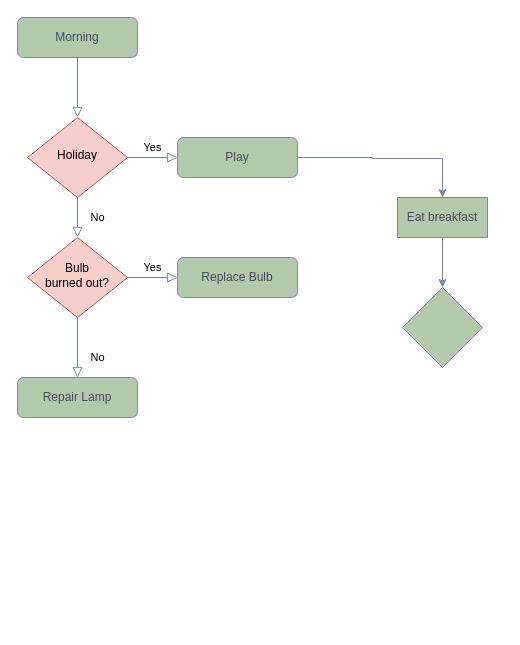
Above: Untitled Diagram.drawio in Aadhancodingal/Aadhancodingal (draw.io), before the change. Source tidied: cells renumbered, new cells numbered last; positions are measured from the earlier drawing's top-left corner, leaving out a move shared by most shapes. Both pictures are drawn from the tidied source at 100%, with x=0, y=0 at pixel (17, 17).
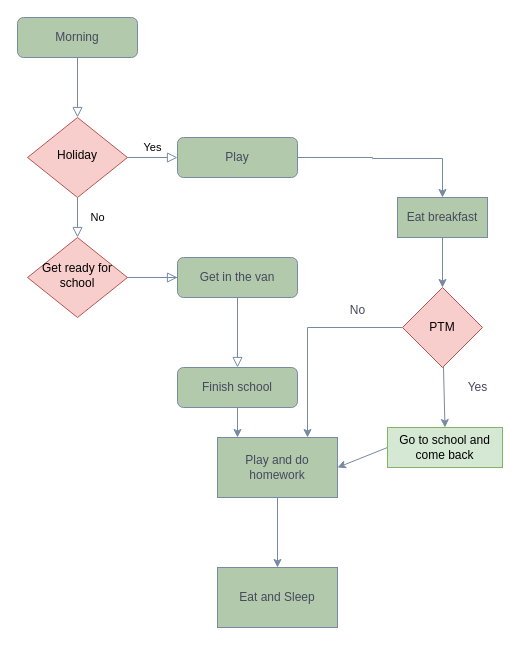
The same page after the edit.

What changed in the source:
```diff
@@
-    <mxCell id="9" value="No" style="rounded=0;html=1;jettySize=auto;fontSize=11;endArrow=block;endFill=0;endSize=8;strokeWidth=1;shadow=0;labelBackgroundColor=none;edgeStyle=orthogonalEdgeStyle;fontColor=default;strokeColor=#788AA3;" parent="1" edge="1" source="11" target="12">
+    <mxCell id="9" style="rounded=0;html=1;jettySize=auto;fontSize=11;endArrow=block;endFill=0;endSize=8;strokeWidth=1;shadow=0;labelBackgroundColor=none;edgeStyle=orthogonalEdgeStyle;fontColor=default;strokeColor=#788AA3;" parent="1" edge="1" source="11" target="12">
       <mxGeometry x="0.33" y="20" relative="1" as="geometry" />
     </mxCell>
-    <mxCell id="10" value="Yes" style="edgeStyle=orthogonalEdgeStyle;rounded=0;html=1;jettySize=auto;fontSize=11;endArrow=block;endFill=0;endSize=8;strokeWidth=1;shadow=0;labelBackgroundColor=none;fontColor=default;strokeColor=#788AA3;" parent="1" edge="1" source="11" target="13">
+    <mxCell id="10" style="edgeStyle=orthogonalEdgeStyle;rounded=0;html=1;jettySize=auto;fontSize=11;endArrow=block;endFill=0;endSize=8;strokeWidth=1;shadow=0;labelBackgroundColor=none;fontColor=default;strokeColor=#788AA3;" parent="1" edge="1" source="11" target="13">
       <mxGeometry y="10" relative="1" as="geometry" />
     </mxCell>
-    <mxCell id="11" value="Bulb&lt;br&gt;burned out?" style="rhombus;whiteSpace=wrap;html=1;shadow=0;fontFamily=Helvetica;fontSize=12;align=center;strokeWidth=1;spacing=6;spacingTop=-4;labelBackgroundColor=none;fillColor=#f8cecc;strokeColor=#b85450;" parent="1" vertex="1">
+    <mxCell id="11" value="Get ready for&lt;div&gt;school&lt;/div&gt;" style="rhombus;whiteSpace=wrap;html=1;shadow=0;fontFamily=Helvetica;fontSize=12;align=center;strokeWidth=1;spacing=6;spacingTop=-4;labelBackgroundColor=none;fillColor=#f8cecc;strokeColor=#b85450;" parent="1" vertex="1">
       <mxGeometry x="10" y="220" width="100" height="80" as="geometry" />
     </mxCell>
+    <mxCell id="17" style="edgeStyle=none;rounded=0;jettySize=auto;html=1;exitX=0.5;exitY=1;exitDx=0;exitDy=0;strokeColor=#788AA3;fontColor=#46495D;fillColor=#B2C9AB;" parent="1" edge="1" source="12">
+      <mxGeometry relative="1" as="geometry">
+        <mxPoint x="220" y="420" as="targetPoint" />
+      </mxGeometry>
+    </mxCell>
-    <mxCell id="12" value="Repair Lamp" style="rounded=1;whiteSpace=wrap;html=1;fontSize=12;glass=0;strokeWidth=1;shadow=0;labelBackgroundColor=none;fillColor=#B2C9AB;strokeColor=#788AA3;fontColor=#46495D;" parent="1" vertex="1">
-      <mxGeometry y="360" width="120" height="40" as="geometry" />
+    <mxCell id="12" value="Finish school" style="rounded=1;whiteSpace=wrap;html=1;fontSize=12;glass=0;strokeWidth=1;shadow=0;labelBackgroundColor=none;fillColor=#B2C9AB;strokeColor=#788AA3;fontColor=#46495D;" parent="1" vertex="1">
+      <mxGeometry x="160" y="350" width="120" height="40" as="geometry" />
     </mxCell>
-    <mxCell id="13" value="Replace Bulb" style="rounded=1;whiteSpace=wrap;html=1;fontSize=12;glass=0;strokeWidth=1;shadow=0;labelBackgroundColor=none;fillColor=#B2C9AB;strokeColor=#788AA3;fontColor=#46495D;" parent="1" vertex="1">
+    <mxCell id="13" value="Get in the van" style="rounded=1;whiteSpace=wrap;html=1;fontSize=12;glass=0;strokeWidth=1;shadow=0;labelBackgroundColor=none;fillColor=#B2C9AB;strokeColor=#788AA3;fontColor=#46495D;" parent="1" vertex="1">
       <mxGeometry x="160" y="240" width="120" height="40" as="geometry" />
     </mxCell>
@@
+    <mxCell id="18" style="edgeStyle=none;rounded=0;jettySize=auto;html=1;strokeColor=#788AA3;fontColor=#46495D;fillColor=#B2C9AB;entryX=0.5;entryY=0;entryDx=0;entryDy=0;" parent="1" edge="1" source="16" target="22">
+      <mxGeometry relative="1" as="geometry" />
+    </mxCell>
+    <mxCell id="19" style="edgeStyle=orthogonalEdgeStyle;rounded=0;jettySize=auto;html=1;exitX=0;exitY=0.5;exitDx=0;exitDy=0;strokeColor=#788AA3;fontColor=#46495D;fillColor=#B2C9AB;" parent="1" edge="1" source="16">
+      <mxGeometry relative="1" as="geometry">
+        <mxPoint x="290" y="420" as="targetPoint" />
+        <Array as="points">
+          <mxPoint x="290" y="310" />
+        </Array>
+      </mxGeometry>
+    </mxCell>
-    <mxCell id="16" style="rhombus;whiteSpace=wrap;html=1;strokeColor=#788AA3;fontColor=#46495D;fillColor=#B2C9AB;" parent="1" vertex="1">
+    <mxCell id="16" value="PTM" style="rhombus;whiteSpace=wrap;html=1;strokeColor=#b85450;fillColor=#f8cecc;" parent="1" vertex="1">
       <mxGeometry x="385" y="270" width="80" height="80" as="geometry" />
     </mxCell>
+    <mxCell id="20" style="edgeStyle=none;rounded=0;orthogonalLoop=1;jettySize=auto;html=1;strokeColor=#788AA3;fontColor=#46495D;fillColor=#B2C9AB;" parent="1" edge="1">
+      <mxGeometry relative="1" as="geometry">
+        <mxPoint x="350" y="480" as="sourcePoint" />
+        <mxPoint x="350" y="480" as="targetPoint" />
+      </mxGeometry>
+    </mxCell>
+    <mxCell id="21" style="edgeStyle=none;rounded=0;jettySize=auto;html=1;exitX=0;exitY=0.5;exitDx=0;exitDy=0;entryX=1;entryY=0.5;entryDx=0;entryDy=0;strokeColor=#788AA3;fontColor=#46495D;fillColor=#B2C9AB;" parent="1" edge="1" source="22" target="26">
+      <mxGeometry relative="1" as="geometry" />
+    </mxCell>
+    <mxCell id="22" value="Go to school and come back" style="whiteSpace=wrap;html=1;fillColor=#d5e8d4;strokeColor=#82b366;" parent="1" vertex="1">
+      <mxGeometry x="370" y="410" width="115" height="40" as="geometry" />
+    </mxCell>
+    <mxCell id="23" value="Yes" style="text;html=1;align=center;verticalAlign=middle;strokeColor=none;fillColor=none;fontColor=#46495D;" parent="1" vertex="1">
+      <mxGeometry x="440" y="355" width="40" height="30" as="geometry" />
+    </mxCell>
+    <mxCell id="24" value="No" style="text;html=1;align=center;verticalAlign=middle;strokeColor=none;fillColor=none;fontColor=#46495D;" parent="1" vertex="1">
+      <mxGeometry x="320" y="278" width="40" height="30" as="geometry" />
+    </mxCell>
+    <mxCell id="25" style="edgeStyle=none;rounded=0;jettySize=auto;html=1;exitX=0.5;exitY=1;exitDx=0;exitDy=0;strokeColor=#788AA3;fontColor=#46495D;fillColor=#B2C9AB;" parent="1" edge="1" source="26" target="27">
+      <mxGeometry relative="1" as="geometry" />
+    </mxCell>
+    <mxCell id="26" value="Play and do homework" style="rounded=0;whiteSpace=wrap;html=1;strokeColor=#788AA3;fontColor=#46495D;fillColor=#B2C9AB;" parent="1" vertex="1">
+      <mxGeometry x="200" y="420" width="120" height="60" as="geometry" />
+    </mxCell>
+    <mxCell id="27" value="Eat and Sleep" style="rounded=0;whiteSpace=wrap;html=1;strokeColor=#788AA3;fontColor=#46495D;fillColor=#B2C9AB;" parent="1" vertex="1">
+      <mxGeometry x="200" y="550" width="120" height="60" as="geometry" />
+    </mxCell>
```
